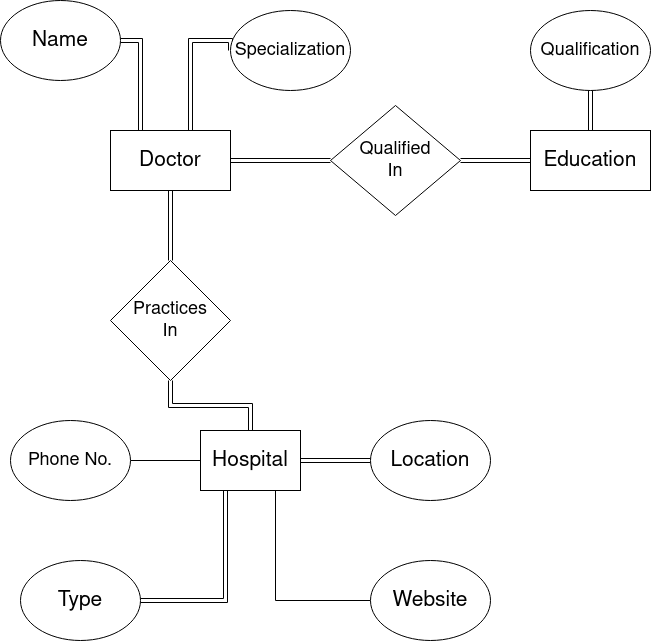
This is Documentation/Diagrams/projectER.png from faham1997/cse470project, a draw.io export, as it was before one commit. Source tidied: cells renumbered, new cells last; positions are measured from the earlier drawing's top-left corner, leaving out a move shared by most shapes.
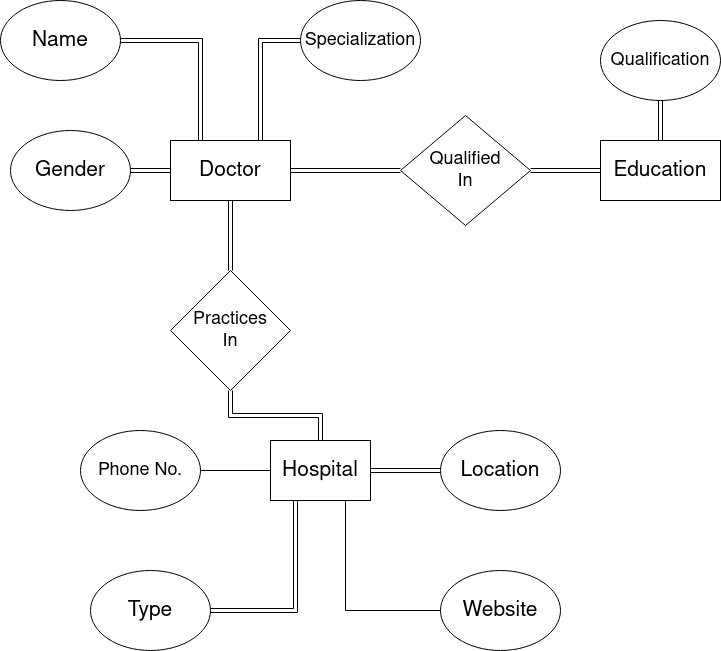
Later version of the same file.

What changed in the source:
```diff
@@ -12,20 +12,20 @@
       <mxGeometry relative="1" as="geometry" />
     </mxCell>
     <mxCell id="5" value="&lt;font style=&quot;font-size: 21px&quot;&gt;Doctor&lt;/font&gt;" style="rounded=0;whiteSpace=wrap;html=1;" parent="1" vertex="1">
-      <mxGeometry x="110" y="130" width="120" height="60" as="geometry" />
+      <mxGeometry x="100" y="130" width="120" height="60" as="geometry" />
     </mxCell>
     <mxCell id="6" value="&lt;font style=&quot;font-size: 21px&quot;&gt;Name&lt;/font&gt;" style="ellipse;whiteSpace=wrap;html=1;" parent="1" vertex="1">
-      <mxGeometry width="120" height="80" as="geometry" />
+      <mxGeometry x="-70" y="-10" width="120" height="80" as="geometry" />
     </mxCell>
     <mxCell id="7" style="edgeStyle=orthogonalEdgeStyle;shape=link;rounded=0;jettySize=auto;html=1;exitX=0;exitY=0.5;exitDx=0;exitDy=0;endArrow=none;endFill=0;" parent="1" edge="1" source="8" target="5">
       <mxGeometry relative="1" as="geometry">
         <Array as="points">
-          <mxPoint x="190" y="40" />
+          <mxPoint x="190" y="30" />
         </Array>
       </mxGeometry>
     </mxCell>
     <mxCell id="8" value="&lt;font style=&quot;font-size: 18px&quot;&gt;Specialization&lt;/font&gt;" style="ellipse;whiteSpace=wrap;html=1;" parent="1" vertex="1">
-      <mxGeometry x="230" y="10" width="120" height="80" as="geometry" />
+      <mxGeometry x="230" y="-10" width="120" height="80" as="geometry" />
     </mxCell>
     <mxCell id="9" value="&lt;font style=&quot;font-size: 21px&quot;&gt;Education&lt;/font&gt;" style="rounded=0;whiteSpace=wrap;html=1;" parent="1" vertex="1">
       <mxGeometry x="530" y="130" width="120" height="60" as="geometry" />
@@ -43,7 +43,7 @@
       <mxGeometry x="330" y="105" width="130" height="110" as="geometry" />
     </mxCell>
     <mxCell id="14" value="&lt;div style=&quot;font-size: 18px&quot;&gt;&lt;font style=&quot;font-size: 18px&quot;&gt;Practices&lt;/font&gt;&lt;/div&gt;&lt;div style=&quot;font-size: 18px&quot;&gt;&lt;font style=&quot;font-size: 18px&quot;&gt;In&lt;/font&gt;&lt;br&gt;&lt;/div&gt;" style="rhombus;whiteSpace=wrap;html=1;" parent="1" vertex="1">
-      <mxGeometry x="110" y="260" width="120" height="120" as="geometry" />
+      <mxGeometry x="100" y="260" width="120" height="120" as="geometry" />
     </mxCell>
     <mxCell id="15" style="edgeStyle=orthogonalEdgeStyle;rounded=0;jettySize=auto;html=1;entryX=1;entryY=0.5;entryDx=0;entryDy=0;endArrow=none;endFill=0;" parent="1" edge="1" source="17" target="18">
       <mxGeometry relative="1" as="geometry" />
@@ -75,5 +75,11 @@
     <mxCell id="24" value="&lt;font style=&quot;font-size: 21px&quot;&gt;Website&lt;/font&gt;" style="ellipse;whiteSpace=wrap;html=1;" parent="1" vertex="1">
       <mxGeometry x="370" y="560" width="120" height="80" as="geometry" />
     </mxCell>
+    <mxCell id="25" style="edgeStyle=orthogonalEdgeStyle;rounded=0;jettySize=auto;html=1;entryX=0;entryY=0.5;entryDx=0;entryDy=0;shape=link;" parent="1" edge="1" source="26" target="5">
+      <mxGeometry relative="1" as="geometry" />
+    </mxCell>
+    <mxCell id="26" value="&lt;font style=&quot;font-size: 21px&quot;&gt;&lt;span&gt;Gender&lt;/span&gt;&lt;/font&gt;" style="ellipse;whiteSpace=wrap;html=1;" parent="1" vertex="1">
+      <mxGeometry x="-60" y="120" width="120" height="80" as="geometry" />
+    </mxCell>
   </root>
 </mxGraphModel>
```
